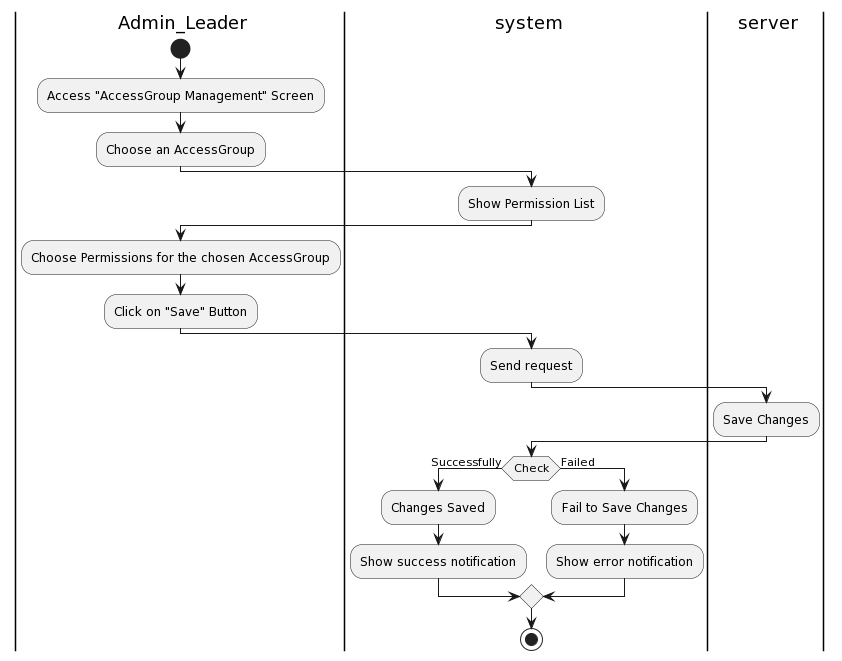
The PlantUML diagram Lab1/Lab1.2/Activity Diagram/SystemManagement/AccessGroupManagement/AssignPermission/AssignPermission.png in khoapham1003/SE357-Pratice-class, before a commit.
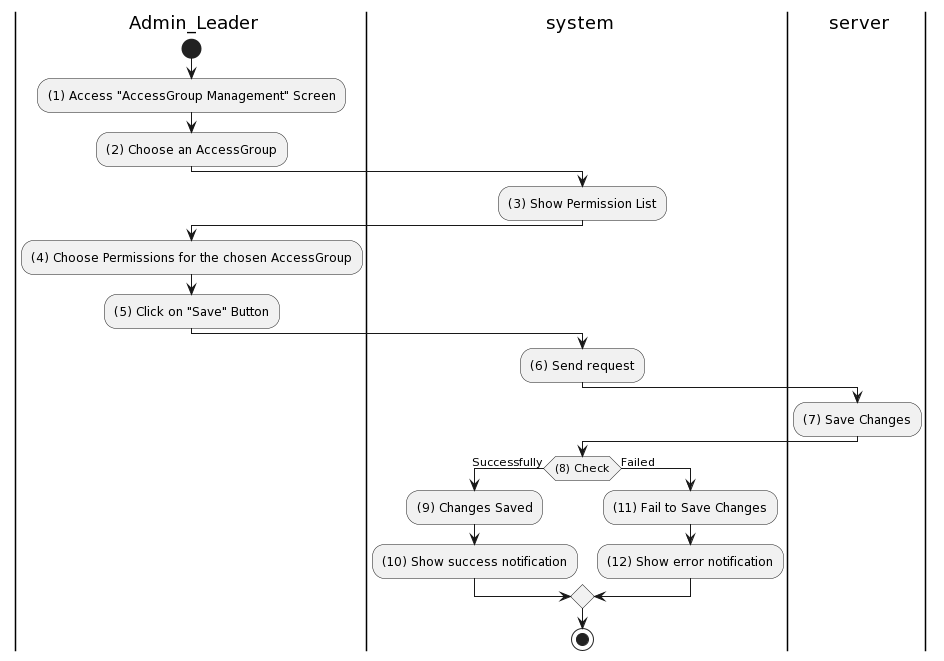
Above is the later version.

Change to the diagram source:
```diff
@@ -4,24 +4,24 @@
 |ser| server
 |a|
 start
-:Access "AccessGroup Management" Screen;
-:Choose an AccessGroup;
+:(1) Access "AccessGroup Management" Screen;
+:(2) Choose an AccessGroup;
 |sys|
-:Show Permission List;
+:(3) Show Permission List;
 |a|
-:Choose Permissions for the chosen AccessGroup;
-:Click on "Save" Button;
+:(4) Choose Permissions for the chosen AccessGroup;
+:(5) Click on "Save" Button;
 |sys|
-:Send request;
+:(6) Send request;
 |ser|
-:Save Changes;
+:(7) Save Changes;
 |sys|
-if(Check) then (Successfully)
-:Changes Saved;
-:Show success notification;
+if((8) Check) then (Successfully)
+:(9) Changes Saved;
+:(10) Show success notification;
 else (Failed)
-:Fail to Save Changes;
-:Show error notification;
+:(11) Fail to Save Changes;
+:(12) Show error notification;
 endif
 
 stop
```
